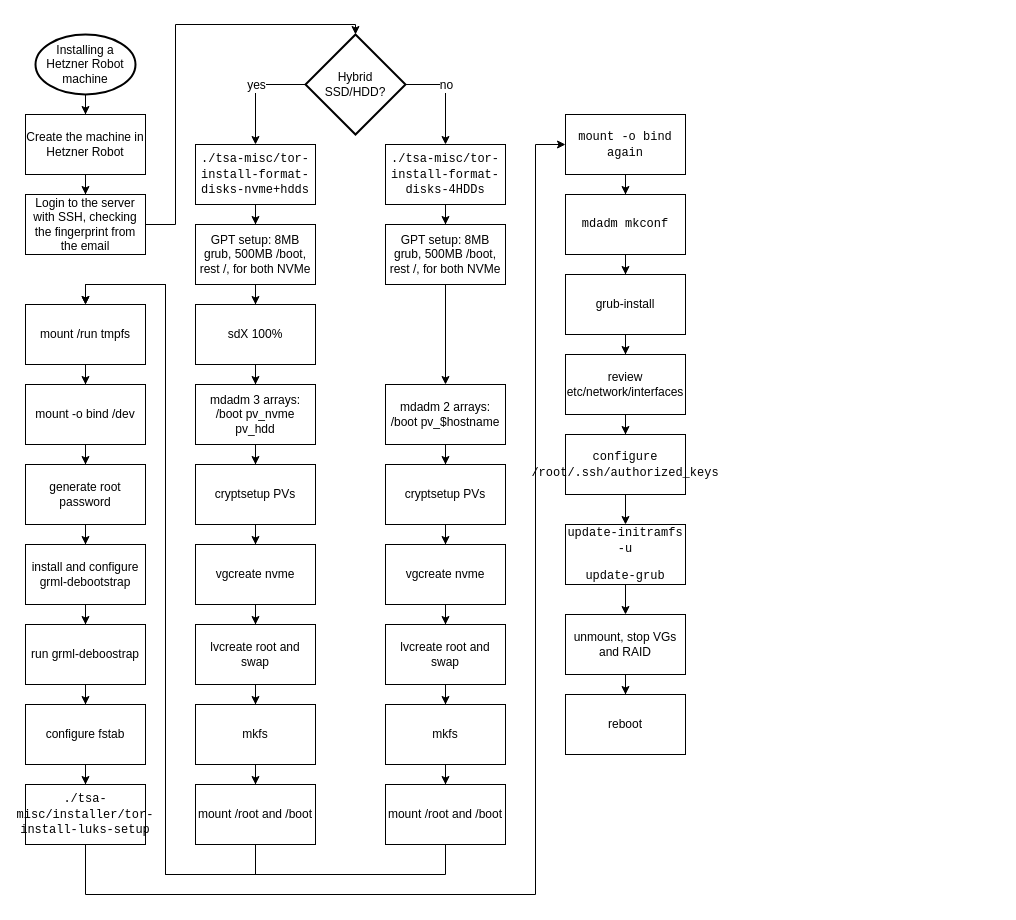
Before: page "hetzner-robot" (4 of 4) of tsa/howto/new-machine/install.drawio in pastly/tsa-wiki, a draw.io diagram. Source tidied: cells renumbered, new cells numbered last; positions are measured from the earlier drawing's top-left corner, leaving out a move shared by most shapes. Both pictures are drawn from the tidied source at 100%, with x=0, y=0 at pixel (25, 24).
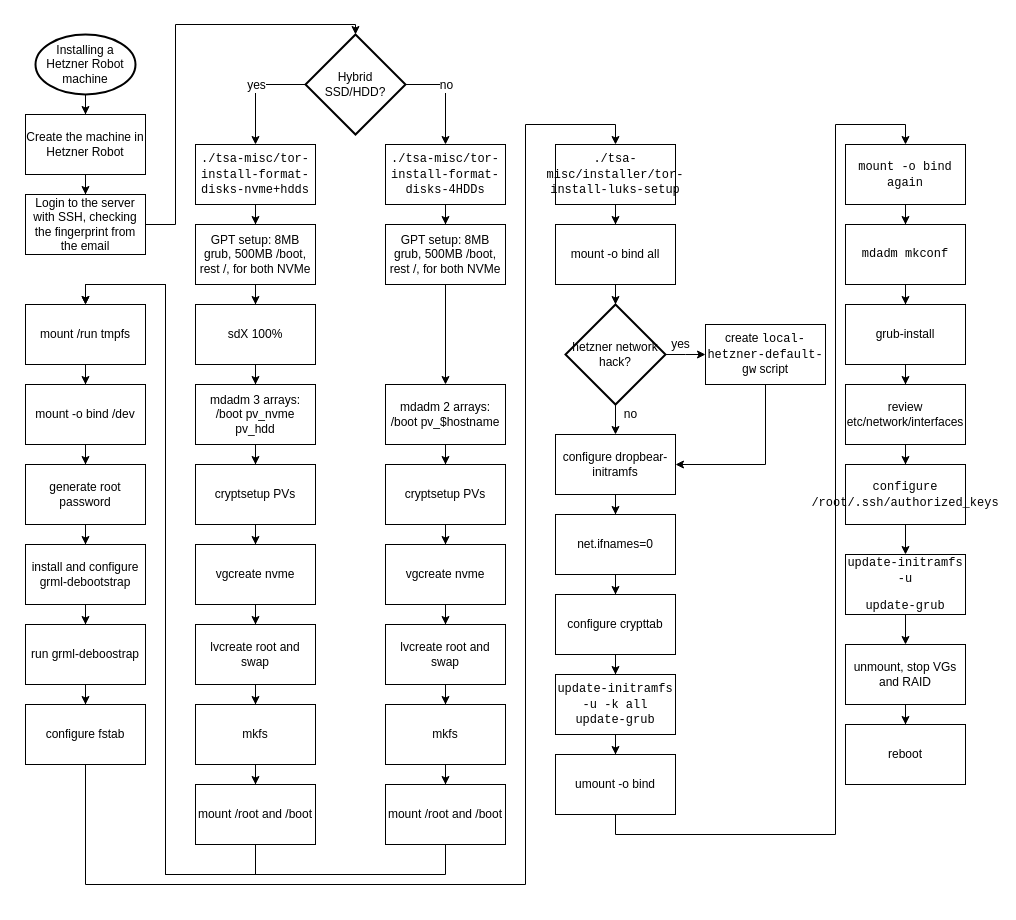
The same diagram, later.

Commit message (it also covers changes not shown here):
expand luks-setup

The change refers to these unchanged cells:
```xml
<mxCell id="58" value="configure fstab" style="rounded=0;whiteSpace=wrap;html=1;" parent="1" vertex="1">
  <mxGeometry y="680" width="120" height="60" as="geometry" />
</mxCell>
```

Change to the diagram source:
```diff
@@
-    <mxCell id="57" style="edgeStyle=orthogonalEdgeStyle;rounded=0;jettySize=auto;html=1;" parent="1" edge="1" source="58" target="60">
-      <mxGeometry relative="1" as="geometry" />
+    <mxCell id="57" style="edgeStyle=orthogonalEdgeStyle;rounded=0;jettySize=auto;html=1;entryX=0.5;entryY=0;entryDx=0;entryDy=0;" parent="1" edge="1" source="58" target="60">
+      <mxGeometry relative="1" as="geometry">
+        <Array as="points">
+          <mxPoint x="60" y="860" />
+          <mxPoint x="500" y="860" />
+          <mxPoint x="500" y="100" />
+          <mxPoint x="590" y="100" />
+        </Array>
+      </mxGeometry>
     </mxCell>
@@
-    <mxCell id="59" style="edgeStyle=orthogonalEdgeStyle;rounded=0;jettySize=auto;html=1;" parent="1" edge="1" source="60" target="62">
-      <mxGeometry relative="1" as="geometry">
-        <Array as="points">
-          <mxPoint x="60" y="870" />
-          <mxPoint x="510" y="870" />
-          <mxPoint x="510" y="120" />
-        </Array>
-      </mxGeometry>
-    </mxCell>
+    <mxCell id="76" style="edgeStyle=orthogonalEdgeStyle;rounded=0;jettySize=auto;html=1;" parent="1" edge="1" source="60" target="81">
+      <mxGeometry relative="1" as="geometry" />
+    </mxCell>
     <mxCell id="60" value="&lt;p&gt;&lt;code&gt;./tsa-misc/installer/tor-install-luks-setup&lt;/code&gt;&lt;/p&gt;" style="rounded=0;whiteSpace=wrap;html=1;" parent="1" vertex="1">
-      <mxGeometry y="760" width="120" height="60" as="geometry" />
+      <mxGeometry x="530" y="120" width="120" height="60" as="geometry" />
     </mxCell>
@@
     <mxCell id="62" value="&lt;p&gt;&lt;code&gt;mount -o bind again&lt;/code&gt;&lt;/p&gt;" style="rounded=0;whiteSpace=wrap;html=1;" parent="1" vertex="1">
-      <mxGeometry x="540" y="90" width="120" height="60" as="geometry" />
+      <mxGeometry x="820" y="120" width="120" height="60" as="geometry" />
     </mxCell>
@@
     <mxCell id="64" value="&lt;pre&gt;&lt;code&gt;mdadm mkconf&lt;/code&gt;&lt;/pre&gt;" style="rounded=0;whiteSpace=wrap;html=1;" parent="1" vertex="1">
-      <mxGeometry x="540" y="170" width="120" height="60" as="geometry" />
+      <mxGeometry x="820" y="200" width="120" height="60" as="geometry" />
     </mxCell>
@@
     <mxCell id="66" value="grub-install" style="rounded=0;whiteSpace=wrap;html=1;" parent="1" vertex="1">
-      <mxGeometry x="540" y="250" width="120" height="60" as="geometry" />
+      <mxGeometry x="820" y="280" width="120" height="60" as="geometry" />
     </mxCell>
@@
     <mxCell id="68" value="review etc/network/interfaces" style="rounded=0;whiteSpace=wrap;html=1;" parent="1" vertex="1">
-      <mxGeometry x="540" y="330" width="120" height="60" as="geometry" />
+      <mxGeometry x="820" y="360" width="120" height="60" as="geometry" />
     </mxCell>
@@
     <mxCell id="70" value="&lt;p&gt;&lt;code&gt;configure /root/.ssh/authorized_keys&lt;br&gt;&lt;/code&gt;&lt;/p&gt;" style="rounded=0;whiteSpace=wrap;html=1;" parent="1" vertex="1">
-      <mxGeometry x="540" y="410" width="120" height="60" as="geometry" />
+      <mxGeometry x="820" y="440" width="120" height="60" as="geometry" />
     </mxCell>
@@
     <mxCell id="72" value="&lt;p&gt;&lt;code&gt;update-initramfs -u&lt;/code&gt;&lt;code&gt;&lt;/code&gt;&lt;/p&gt;&lt;p&gt;&lt;code&gt;update-grub&lt;br&gt;&lt;/code&gt;&lt;/p&gt;" style="rounded=0;whiteSpace=wrap;html=1;" parent="1" vertex="1">
-      <mxGeometry x="540" y="500" width="120" height="60" as="geometry" />
+      <mxGeometry x="820" y="530" width="120" height="60" as="geometry" />
     </mxCell>
@@
     <mxCell id="74" value="unmount, stop VGs and RAID" style="rounded=0;whiteSpace=wrap;html=1;" parent="1" vertex="1">
-      <mxGeometry x="540" y="590" width="120" height="60" as="geometry" />
+      <mxGeometry x="820" y="620" width="120" height="60" as="geometry" />
     </mxCell>
     <mxCell id="75" value="reboot" style="rounded=0;whiteSpace=wrap;html=1;" parent="1" vertex="1">
-      <mxGeometry x="540" y="670" width="120" height="60" as="geometry" />
+      <mxGeometry x="820" y="700" width="120" height="60" as="geometry" />
     </mxCell>
+    <mxCell id="77" style="edgeStyle=orthogonalEdgeStyle;rounded=0;jettySize=auto;html=1;" parent="1" edge="1" source="79">
+      <mxGeometry relative="1" as="geometry">
+        <mxPoint x="680" y="330" as="targetPoint" />
+      </mxGeometry>
+    </mxCell>
+    <mxCell id="78" style="edgeStyle=orthogonalEdgeStyle;rounded=0;jettySize=auto;html=1;" parent="1" edge="1" source="79" target="83">
+      <mxGeometry relative="1" as="geometry" />
+    </mxCell>
+    <mxCell id="79" value="hetzner network hack?" style="strokeWidth=2;html=1;shape=mxgraph.flowchart.decision;whiteSpace=wrap;" parent="1" vertex="1">
+      <mxGeometry x="540" y="280" width="100" height="100" as="geometry" />
+    </mxCell>
+    <mxCell id="80" style="edgeStyle=orthogonalEdgeStyle;rounded=0;jettySize=auto;html=1;" parent="1" edge="1" source="81" target="79">
+      <mxGeometry relative="1" as="geometry" />
+    </mxCell>
+    <mxCell id="81" value="mount -o bind all" style="rounded=0;whiteSpace=wrap;html=1;" parent="1" vertex="1">
+      <mxGeometry x="530" y="200" width="120" height="60" as="geometry" />
+    </mxCell>
+    <mxCell id="82" style="edgeStyle=orthogonalEdgeStyle;rounded=0;jettySize=auto;html=1;" parent="1" edge="1" source="83" target="85">
+      <mxGeometry relative="1" as="geometry" />
+    </mxCell>
+    <mxCell id="83" value="configure dropbear-initramfs" style="rounded=0;whiteSpace=wrap;html=1;" parent="1" vertex="1">
+      <mxGeometry x="530" y="410" width="120" height="60" as="geometry" />
+    </mxCell>
+    <mxCell id="84" style="edgeStyle=orthogonalEdgeStyle;rounded=0;jettySize=auto;html=1;" parent="1" edge="1" source="85" target="91">
+      <mxGeometry relative="1" as="geometry" />
+    </mxCell>
+    <mxCell id="85" value="net.ifnames=0" style="rounded=0;whiteSpace=wrap;html=1;" parent="1" vertex="1">
+      <mxGeometry x="530" y="490" width="120" height="60" as="geometry" />
+    </mxCell>
+    <mxCell id="86" style="edgeStyle=orthogonalEdgeStyle;rounded=0;jettySize=auto;html=1;" parent="1" edge="1" source="87" target="83">
+      <mxGeometry relative="1" as="geometry">
+        <Array as="points">
+          <mxPoint x="740" y="440" />
+        </Array>
+      </mxGeometry>
+    </mxCell>
+    <mxCell id="87" value="create &lt;font face=&quot;Courier New&quot;&gt;local-hetzner-default-gw&lt;/font&gt; script" style="rounded=0;whiteSpace=wrap;html=1;" parent="1" vertex="1">
+      <mxGeometry x="680" y="300" width="120" height="60" as="geometry" />
+    </mxCell>
+    <mxCell id="88" value="yes" style="text;html=1;align=center;verticalAlign=middle;" parent="1" vertex="1">
+      <mxGeometry x="640" y="310" width="30" height="20" as="geometry" />
+    </mxCell>
+    <mxCell id="89" value="no" style="text;html=1;align=center;verticalAlign=middle;" parent="1" vertex="1">
+      <mxGeometry x="590" y="380" width="30" height="20" as="geometry" />
+    </mxCell>
+    <mxCell id="90" style="edgeStyle=orthogonalEdgeStyle;rounded=0;jettySize=auto;html=1;" parent="1" edge="1" source="91" target="93">
+      <mxGeometry relative="1" as="geometry" />
+    </mxCell>
+    <mxCell id="91" value="configure crypttab" style="rounded=0;whiteSpace=wrap;html=1;" parent="1" vertex="1">
+      <mxGeometry x="530" y="570" width="120" height="60" as="geometry" />
+    </mxCell>
+    <mxCell id="92" style="edgeStyle=orthogonalEdgeStyle;rounded=0;jettySize=auto;html=1;" parent="1" edge="1" source="93" target="95">
+      <mxGeometry relative="1" as="geometry" />
+    </mxCell>
+    <mxCell id="93" value="&lt;div&gt;&lt;font face=&quot;Courier New&quot;&gt;update-initramfs -u -k all&lt;/font&gt;&lt;/div&gt;&lt;div&gt;&lt;font face=&quot;Courier New&quot;&gt;update-grub&lt;br&gt;&lt;/font&gt;&lt;/div&gt;" style="rounded=0;whiteSpace=wrap;html=1;" parent="1" vertex="1">
+      <mxGeometry x="530" y="650" width="120" height="60" as="geometry" />
+    </mxCell>
+    <mxCell id="94" style="edgeStyle=orthogonalEdgeStyle;rounded=0;jettySize=auto;html=1;" parent="1" edge="1" source="95" target="62">
+      <mxGeometry relative="1" as="geometry">
+        <Array as="points">
+          <mxPoint x="590" y="810" />
+          <mxPoint x="810" y="810" />
+          <mxPoint x="810" y="100" />
+          <mxPoint x="880" y="100" />
+        </Array>
+      </mxGeometry>
+    </mxCell>
+    <mxCell id="95" value="umount -o bind" style="rounded=0;whiteSpace=wrap;html=1;" parent="1" vertex="1">
+      <mxGeometry x="530" y="730" width="120" height="60" as="geometry" />
+    </mxCell>
```
